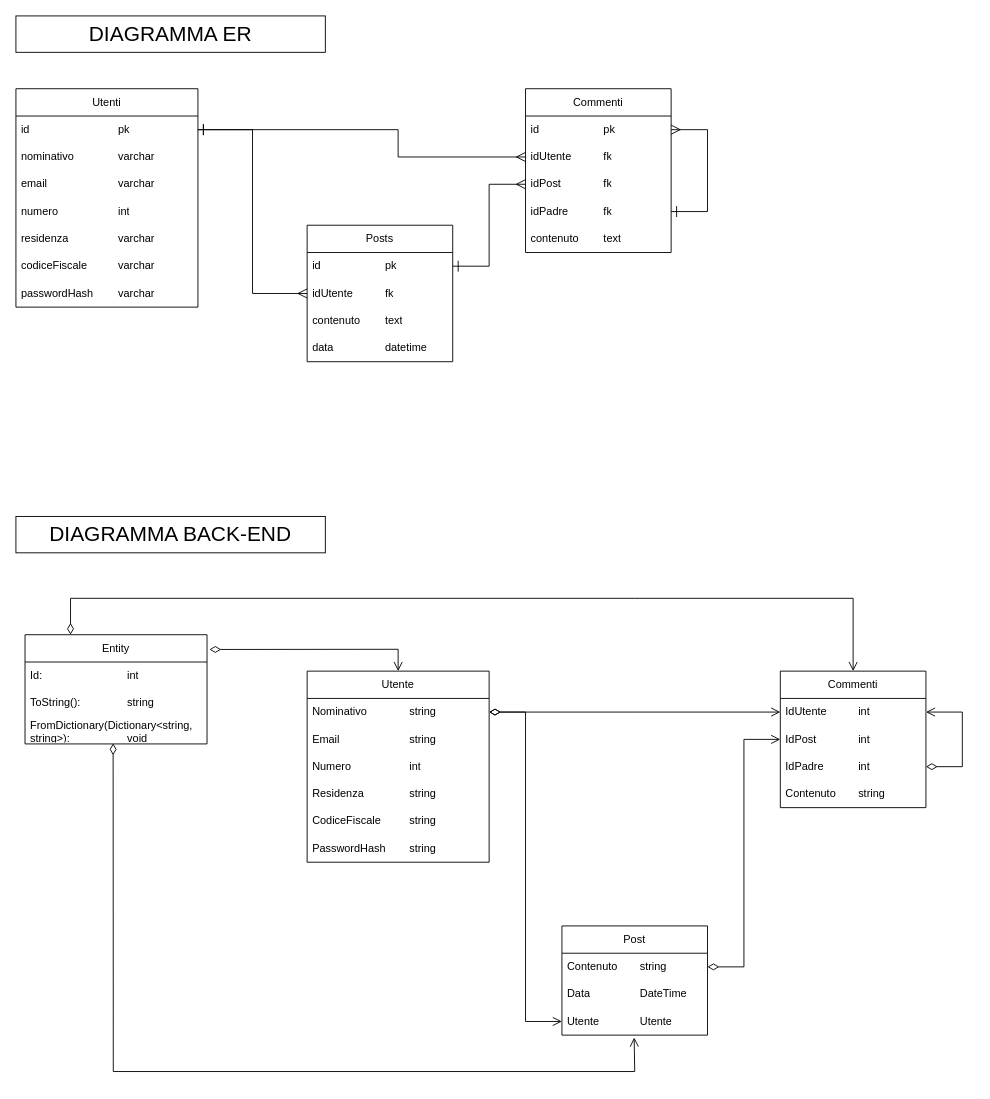
Above: Diagramma Project Work.drawio in Lotryas/SocialGruppo4 (draw.io), before the change. Source tidied: cells renumbered, new cells numbered last; positions are measured from the earlier drawing's top-left corner, leaving out a move shared by most shapes. Both pictures are drawn from the tidied source at 91%, with x=0, y=0 at pixel (15, 15).
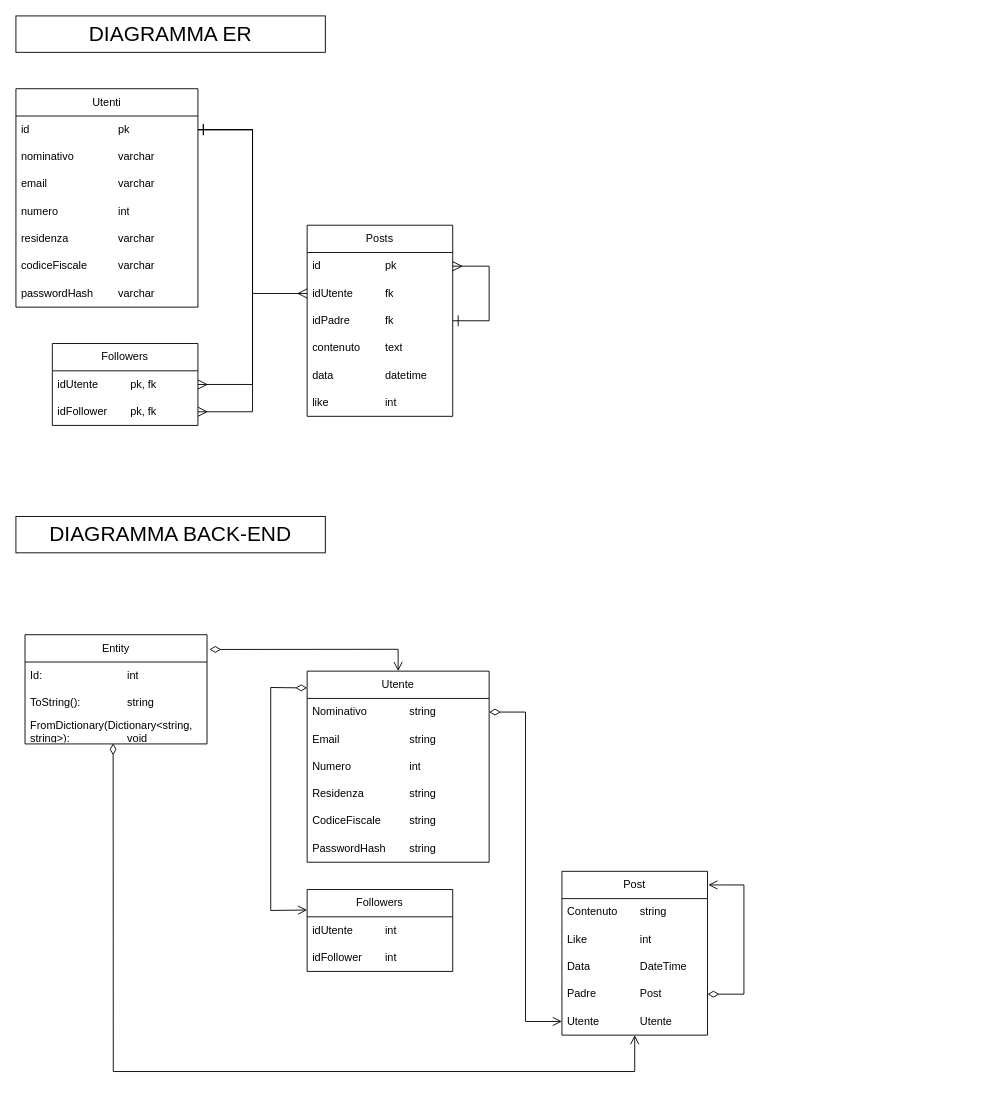
After the change.

Commit message:
Aggiornamento Diagramma

The change refers to these unchanged cells:
```xml
<mxCell id="3" value="id&lt;span style=&quot;white-space: pre;&quot;&gt;&#9;&lt;span style=&quot;white-space: pre;&quot;&gt;&#9;&lt;/span&gt;&lt;span style=&quot;white-space: pre;&quot;&gt;&#9;&lt;span style=&quot;white-space: pre;&quot;&gt;&#9;&lt;/span&gt;&lt;/span&gt;&lt;/span&gt;pk" style="text;strokeColor=none;fillColor=none;align=left;verticalAlign=middle;spacingLeft=4;spacingRight=4;overflow=hidden;points=[[0,0.5],[1,0.5]];portConstraint=eastwest;whiteSpace=wrap;html=1;" parent="2" vertex="1">
  <mxGeometry y="30" width="200" height="30" as="geometry" />
</mxCell>
<mxCell id="11" value="id&lt;span style=&quot;white-space: pre;&quot;&gt;&#9;&lt;span style=&quot;white-space: pre;&quot;&gt;&#9;&lt;/span&gt;&lt;span style=&quot;white-space: pre;&quot;&gt;&#9;&lt;/span&gt;&lt;/span&gt;pk" style="text;strokeColor=none;fillColor=none;align=left;verticalAlign=middle;spacingLeft=4;spacingRight=4;overflow=hidden;points=[[0,0.5],[1,0.5]];portConstraint=eastwest;whiteSpace=wrap;html=1;" parent="10" vertex="1">
  <mxGeometry y="30" width="160" height="30" as="geometry" />
</mxCell>
<mxCell id="24" value="Utente" style="swimlane;fontStyle=0;horizontal=1;startSize=30;whiteSpace=wrap;html=1;" parent="1" vertex="1">
  <mxGeometry x="320" y="720" width="200" height="210" as="geometry" />
</mxCell>
<mxCell id="47" value="Entity" style="swimlane;fontStyle=0;horizontal=1;startSize=30;whiteSpace=wrap;html=1;" parent="1" vertex="1">
  <mxGeometry x="10" y="680" width="200" height="120" as="geometry" />
</mxCell>
<mxCell id="50" value="FromDictionary(Dictionary&amp;lt;string, string&amp;gt;):&lt;span style=&quot;white-space: pre;&quot;&gt;&#9;&lt;/span&gt;&lt;span style=&quot;white-space: pre;&quot;&gt;&#9;&lt;span style=&quot;white-space: pre;&quot;&gt;&#9;&lt;/span&gt;&lt;/span&gt;void" style="text;strokeColor=none;fillColor=none;align=left;verticalAlign=middle;spacingLeft=4;spacingRight=4;overflow=hidden;points=[[0,0.5],[1,0.5]];portConstraint=eastwest;whiteSpace=wrap;html=1;" parent="47" vertex="1">
  <mxGeometry y="90" width="200" height="30" as="geometry" />
</mxCell>
```

Diff of the diagram source:
```diff
@@
     <mxCell id="10" value="Posts" style="swimlane;fontStyle=0;horizontal=1;startSize=30;whiteSpace=wrap;html=1;" parent="1" vertex="1">
-      <mxGeometry x="320" y="230" width="160" height="150" as="geometry" />
+      <mxGeometry x="320" y="230" width="160" height="210" as="geometry" />
     </mxCell>
@@
+    <mxCell id="20" value="idPadre&lt;span style=&quot;white-space: pre;&quot;&gt;&#9;&lt;/span&gt;&lt;span style=&quot;white-space: pre;&quot;&gt;&#9;&lt;/span&gt;fk" style="text;strokeColor=none;fillColor=none;align=left;verticalAlign=middle;spacingLeft=4;spacingRight=4;overflow=hidden;points=[[0,0.5],[1,0.5]];portConstraint=eastwest;whiteSpace=wrap;html=1;" parent="10" vertex="1">
+      <mxGeometry y="90" width="160" height="30" as="geometry" />
+    </mxCell>
     <mxCell id="13" value="contenuto&lt;span style=&quot;white-space: pre;&quot;&gt;&#9;&lt;/span&gt;text" style="text;strokeColor=none;fillColor=none;align=left;verticalAlign=middle;spacingLeft=4;spacingRight=4;overflow=hidden;whiteSpace=wrap;html=1;" parent="10" vertex="1">
-      <mxGeometry y="90" width="160" height="30" as="geometry" />
+      <mxGeometry y="120" width="160" height="30" as="geometry" />
     </mxCell>
     <mxCell id="14" value="data&lt;span style=&quot;white-space: pre;&quot;&gt;&#9;&lt;/span&gt;&lt;span style=&quot;white-space: pre;&quot;&gt;&#9;&lt;/span&gt;&lt;span style=&quot;white-space: pre;&quot;&gt;&#9;&lt;/span&gt;datetime" style="text;strokeColor=none;fillColor=none;align=left;verticalAlign=middle;spacingLeft=4;spacingRight=4;overflow=hidden;whiteSpace=wrap;html=1;" parent="10" vertex="1">
-      <mxGeometry y="120" width="160" height="30" as="geometry" />
+      <mxGeometry y="150" width="160" height="30" as="geometry" />
     </mxCell>
+    <mxCell id="54" value="like&lt;span style=&quot;white-space: pre;&quot;&gt;&#9;&lt;/span&gt;&lt;span style=&quot;white-space: pre;&quot;&gt;&#9;&lt;/span&gt;&lt;span style=&quot;white-space: pre;&quot;&gt;&#9;&lt;/span&gt;int" style="text;strokeColor=none;fillColor=none;align=left;verticalAlign=middle;spacingLeft=4;spacingRight=4;overflow=hidden;whiteSpace=wrap;html=1;" parent="10" vertex="1">
+      <mxGeometry y="180" width="160" height="30" as="geometry" />
+    </mxCell>
+    <mxCell id="55" style="endArrow=ERmany;startArrow=ERone;endFill=0;startFill=0;endSize=8;startSize=10;html=1;rounded=0;exitX=1;exitY=0.5;exitDx=0;exitDy=0;entryX=1;entryY=0.5;entryDx=0;entryDy=0;" parent="10" edge="1" source="20" target="11">
+      <mxGeometry relative="1" as="geometry">
+        <Array as="points">
+          <mxPoint x="200" y="105" />
+          <mxPoint x="200" y="45" />
+        </Array>
+      </mxGeometry>
+    </mxCell>
@@
-    <mxCell id="16" value="Commenti" style="swimlane;fontStyle=0;horizontal=1;startSize=30;whiteSpace=wrap;html=1;" parent="1" vertex="1">
-      <mxGeometry x="560" y="80" width="160" height="180" as="geometry" />
-    </mxCell>
-    <mxCell id="17" value="id&lt;span style=&quot;white-space: pre;&quot;&gt;&#9;&lt;span style=&quot;white-space: pre;&quot;&gt;&#9;&lt;/span&gt;&lt;span style=&quot;white-space: pre;&quot;&gt;&#9;&lt;/span&gt;&lt;/span&gt;pk" style="text;strokeColor=none;fillColor=none;align=left;verticalAlign=middle;spacingLeft=4;spacingRight=4;overflow=hidden;points=[[0,0.5],[1,0.5]];portConstraint=eastwest;whiteSpace=wrap;html=1;" parent="16" vertex="1">
-      <mxGeometry y="30" width="160" height="30" as="geometry" />
-    </mxCell>
-    <mxCell id="18" value="idUtente&lt;span style=&quot;white-space: pre;&quot;&gt;&#9;&lt;/span&gt;&lt;span style=&quot;white-space: pre;&quot;&gt;&#9;&lt;/span&gt;fk" style="text;strokeColor=none;fillColor=none;align=left;verticalAlign=middle;spacingLeft=4;spacingRight=4;overflow=hidden;points=[[0,0.5],[1,0.5]];portConstraint=eastwest;whiteSpace=wrap;html=1;" parent="16" vertex="1">
-      <mxGeometry y="60" width="160" height="30" as="geometry" />
-    </mxCell>
-    <mxCell id="19" value="idPost&lt;span style=&quot;white-space: pre;&quot;&gt;&#9;&lt;/span&gt;&lt;span style=&quot;white-space: pre;&quot;&gt;&#9;&lt;/span&gt;fk" style="text;strokeColor=none;fillColor=none;align=left;verticalAlign=middle;spacingLeft=4;spacingRight=4;overflow=hidden;points=[[0,0.5],[1,0.5]];portConstraint=eastwest;whiteSpace=wrap;html=1;" parent="16" vertex="1">
-      <mxGeometry y="90" width="160" height="30" as="geometry" />
-    </mxCell>
-    <mxCell id="20" value="idPadre&lt;span style=&quot;white-space: pre;&quot;&gt;&#9;&lt;/span&gt;&lt;span style=&quot;white-space: pre;&quot;&gt;&#9;&lt;/span&gt;fk" style="text;strokeColor=none;fillColor=none;align=left;verticalAlign=middle;spacingLeft=4;spacingRight=4;overflow=hidden;points=[[0,0.5],[1,0.5]];portConstraint=eastwest;whiteSpace=wrap;html=1;" parent="16" vertex="1">
-      <mxGeometry y="120" width="160" height="30" as="geometry" />
-    </mxCell>
-    <mxCell id="21" value="contenuto&lt;span style=&quot;white-space: pre;&quot;&gt;&#9;&lt;/span&gt;text" style="text;strokeColor=none;fillColor=none;align=left;verticalAlign=middle;spacingLeft=4;spacingRight=4;overflow=hidden;whiteSpace=wrap;html=1;" parent="16" vertex="1">
-      <mxGeometry y="150" width="160" height="30" as="geometry" />
-    </mxCell>
-    <mxCell id="22" style="endArrow=ERmany;startArrow=ERone;endFill=0;startFill=0;endSize=8;startSize=10;html=1;rounded=0;exitX=1;exitY=0.5;exitDx=0;exitDy=0;entryX=1;entryY=0.5;entryDx=0;entryDy=0;" parent="16" edge="1" source="20" target="17">
-      <mxGeometry relative="1" as="geometry">
-        <Array as="points">
-          <mxPoint x="200" y="135" />
-          <mxPoint x="200" y="45" />
-        </Array>
-      </mxGeometry>
-    </mxCell>
-    <mxCell id="23" style="endArrow=ERmany;startArrow=ERone;endFill=0;startFill=0;endSize=8;startSize=10;html=1;rounded=0;exitX=1;exitY=0.5;exitDx=0;exitDy=0;entryX=0;entryY=0.5;entryDx=0;entryDy=0;" parent="1" edge="1" source="11" target="19">
-      <mxGeometry relative="1" as="geometry">
-        <Array as="points">
-          <mxPoint x="520" y="275" />
-          <mxPoint x="520" y="185" />
-        </Array>
-      </mxGeometry>
-    </mxCell>
@@
     <mxCell id="33" value="Post" style="swimlane;fontStyle=0;horizontal=1;startSize=30;whiteSpace=wrap;html=1;" parent="1" vertex="1">
-      <mxGeometry x="600" y="1000" width="160" height="120" as="geometry" />
+      <mxGeometry x="600" y="940" width="160" height="180" as="geometry" />
     </mxCell>
@@
+    <mxCell id="56" value="Like&lt;span style=&quot;white-space: pre;&quot;&gt;&#9;&lt;/span&gt;&lt;span style=&quot;white-space: pre;&quot;&gt;&#9;&lt;/span&gt;&lt;span style=&quot;white-space: pre;&quot;&gt;&#9;&lt;/span&gt;int" style="text;strokeColor=none;fillColor=none;align=left;verticalAlign=middle;spacingLeft=4;spacingRight=4;overflow=hidden;whiteSpace=wrap;html=1;" parent="33" vertex="1">
+      <mxGeometry y="60" width="160" height="30" as="geometry" />
+    </mxCell>
     <mxCell id="35" value="Data&lt;span style=&quot;white-space: pre;&quot;&gt;&#9;&lt;/span&gt;&lt;span style=&quot;white-space: pre;&quot;&gt;&#9;&lt;/span&gt;DateTime" style="text;strokeColor=none;fillColor=none;align=left;verticalAlign=middle;spacingLeft=4;spacingRight=4;overflow=hidden;whiteSpace=wrap;html=1;" parent="33" vertex="1">
-      <mxGeometry y="60" width="160" height="30" as="geometry" />
+      <mxGeometry y="90" width="160" height="30" as="geometry" />
     </mxCell>
+    <mxCell id="57" value="Padre&lt;span style=&quot;white-space: pre;&quot;&gt;&#9;&lt;span style=&quot;white-space: pre;&quot;&gt;&#9;&lt;/span&gt;P&lt;/span&gt;ost" style="text;strokeColor=none;fillColor=none;align=left;verticalAlign=middle;spacingLeft=4;spacingRight=4;overflow=hidden;points=[[0,0.5],[1,0.5]];portConstraint=eastwest;whiteSpace=wrap;html=1;" parent="33" vertex="1">
+      <mxGeometry y="120" width="160" height="30" as="geometry" />
+    </mxCell>
     <mxCell id="36" value="Utente&lt;span style=&quot;white-space: pre;&quot;&gt;&#9;&lt;/span&gt;&lt;span style=&quot;white-space: pre;&quot;&gt;&#9;&lt;/span&gt;Utente" style="text;strokeColor=none;fillColor=none;align=left;verticalAlign=middle;spacingLeft=4;spacingRight=4;overflow=hidden;points=[[0,0.5],[1,0.5]];portConstraint=eastwest;whiteSpace=wrap;html=1;" parent="33" vertex="1">
-      <mxGeometry y="90" width="160" height="30" as="geometry" />
+      <mxGeometry y="150" width="160" height="30" as="geometry" />
     </mxCell>
-    <mxCell id="37" value="Commenti" style="swimlane;fontStyle=0;horizontal=1;startSize=30;whiteSpace=wrap;html=1;" parent="1" vertex="1">
-      <mxGeometry x="840" y="720" width="160" height="150" as="geometry" />
-    </mxCell>
-    <mxCell id="38" value="IdUtente&lt;span style=&quot;white-space: pre;&quot;&gt;&#9;&lt;/span&gt;&lt;span style=&quot;white-space: pre;&quot;&gt;&#9;&lt;/span&gt;int" style="text;strokeColor=none;fillColor=none;align=left;verticalAlign=middle;spacingLeft=4;spacingRight=4;overflow=hidden;points=[[0,0.5],[1,0.5]];portConstraint=eastwest;whiteSpace=wrap;html=1;" parent="37" vertex="1">
-      <mxGeometry y="30" width="160" height="30" as="geometry" />
-    </mxCell>
-    <mxCell id="39" value="IdPost&lt;span style=&quot;white-space: pre;&quot;&gt;&#9;&lt;/span&gt;&lt;span style=&quot;white-space: pre;&quot;&gt;&#9;&lt;/span&gt;int" style="text;strokeColor=none;fillColor=none;align=left;verticalAlign=middle;spacingLeft=4;spacingRight=4;overflow=hidden;points=[[0,0.5],[1,0.5]];portConstraint=eastwest;whiteSpace=wrap;html=1;" parent="37" vertex="1">
-      <mxGeometry y="60" width="160" height="30" as="geometry" />
-    </mxCell>
-    <mxCell id="40" value="IdPadre&lt;span style=&quot;white-space: pre;&quot;&gt;&#9;&lt;/span&gt;&lt;span style=&quot;white-space: pre;&quot;&gt;&#9;&lt;/span&gt;int" style="text;strokeColor=none;fillColor=none;align=left;verticalAlign=middle;spacingLeft=4;spacingRight=4;overflow=hidden;points=[[0,0.5],[1,0.5]];portConstraint=eastwest;whiteSpace=wrap;html=1;" parent="37" vertex="1">
-      <mxGeometry y="90" width="160" height="30" as="geometry" />
-    </mxCell>
-    <mxCell id="41" value="Contenuto&lt;span style=&quot;white-space: pre;&quot;&gt;&#9;&lt;/span&gt;string" style="text;strokeColor=none;fillColor=none;align=left;verticalAlign=middle;spacingLeft=4;spacingRight=4;overflow=hidden;whiteSpace=wrap;html=1;" parent="37" vertex="1">
-      <mxGeometry y="120" width="160" height="30" as="geometry" />
-    </mxCell>
-    <mxCell id="42" style="endArrow=open;startArrow=diamondThin;endFill=0;startFill=0;endSize=8;startSize=10;html=1;rounded=0;exitX=1;exitY=0.5;exitDx=0;exitDy=0;entryX=1;entryY=0.5;entryDx=0;entryDy=0;" parent="37" edge="1" source="40">
-      <mxGeometry relative="1" as="geometry">
-        <mxPoint x="160" y="45" as="targetPoint" />
-        <Array as="points">
-          <mxPoint x="200" y="105" />
-          <mxPoint x="200" y="45" />
-        </Array>
-      </mxGeometry>
-    </mxCell>
+    <mxCell id="58" style="endArrow=open;startArrow=diamondThin;endFill=0;startFill=0;endSize=8;startSize=10;html=1;rounded=0;exitX=1;exitY=0.5;exitDx=0;exitDy=0;entryX=1.005;entryY=0.083;entryDx=0;entryDy=0;entryPerimeter=0;" parent="33" edge="1" source="57" target="33">
+      <mxGeometry relative="1" as="geometry">
+        <Array as="points">
+          <mxPoint x="200" y="135" />
+          <mxPoint x="200" y="15" />
+        </Array>
+      </mxGeometry>
+    </mxCell>
@@
-    <mxCell id="44" style="endArrow=open;startArrow=diamondThin;endFill=0;startFill=0;endSize=8;startSize=10;html=1;rounded=0;exitX=1;exitY=0.5;exitDx=0;exitDy=0;entryX=0;entryY=0.5;entryDx=0;entryDy=0;" parent="1" edge="1" target="39">
-      <mxGeometry relative="1" as="geometry">
-        <mxPoint x="760" y="1045" as="sourcePoint" />
-        <Array as="points">
-          <mxPoint x="800" y="1045" />
-          <mxPoint x="800" y="795" />
-        </Array>
-      </mxGeometry>
-    </mxCell>
-    <mxCell id="45" style="endArrow=open;startArrow=diamondThin;endFill=0;startFill=0;endSize=8;startSize=10;html=1;rounded=0;exitX=1;exitY=0.5;exitDx=0;exitDy=0;entryX=0;entryY=0.5;entryDx=0;entryDy=0;" parent="1" edge="1" target="38">
-      <mxGeometry relative="1" as="geometry">
-        <mxPoint x="520" y="765" as="sourcePoint" />
-        <Array as="points">
-          <mxPoint x="680" y="765" />
-        </Array>
-      </mxGeometry>
-    </mxCell>
-    <mxCell id="46" style="endArrow=ERmany;startArrow=ERone;endFill=0;startFill=0;endSize=8;startSize=10;html=1;rounded=0;exitX=1;exitY=0.5;exitDx=0;exitDy=0;entryX=0;entryY=0.5;entryDx=0;entryDy=0;" parent="1" edge="1" source="3" target="18">
-      <mxGeometry relative="1" as="geometry">
-        <Array as="points">
-          <mxPoint x="420" y="125" />
-          <mxPoint x="420" y="155" />
-        </Array>
-      </mxGeometry>
-    </mxCell>
@@
-    <mxCell id="52" style="endArrow=open;startArrow=diamondThin;endFill=0;startFill=0;endSize=8;startSize=10;html=1;rounded=0;entryX=0.496;entryY=1.086;entryDx=0;entryDy=0;entryPerimeter=0;exitX=0.484;exitY=0.981;exitDx=0;exitDy=0;exitPerimeter=0;" parent="1" edge="1" source="50" target="36">
+    <mxCell id="52" style="endArrow=open;startArrow=diamondThin;endFill=0;startFill=0;endSize=8;startSize=10;html=1;rounded=0;exitX=0.484;exitY=0.981;exitDx=0;exitDy=0;exitPerimeter=0;" parent="1" edge="1" source="50">
       <mxGeometry relative="1" as="geometry">
+        <mxPoint x="680" y="1120" as="targetPoint" />
         <Array as="points">
           <mxPoint x="107" y="1160" />
           <mxPoint x="680" y="1160" />
         </Array>
       </mxGeometry>
     </mxCell>
-    <mxCell id="53" style="endArrow=open;startArrow=diamondThin;endFill=0;startFill=0;endSize=8;startSize=10;html=1;rounded=0;entryX=0.5;entryY=0;entryDx=0;entryDy=0;exitX=0.25;exitY=0;exitDx=0;exitDy=0;" parent="1" edge="1" source="47" target="37">
-      <mxGeometry relative="1" as="geometry">
-        <Array as="points">
-          <mxPoint x="60" y="640" />
-          <mxPoint x="680" y="640" />
-          <mxPoint x="920" y="640" />
-        </Array>
-      </mxGeometry>
-    </mxCell>
+    <mxCell id="59" value="Followers" style="swimlane;fontStyle=0;horizontal=1;startSize=30;whiteSpace=wrap;html=1;" parent="1" vertex="1">
+      <mxGeometry x="40" y="360" width="160" height="90" as="geometry" />
+    </mxCell>
+    <mxCell id="60" value="idUtente&lt;span style=&quot;white-space: pre;&quot;&gt;&#9;&lt;/span&gt;&lt;span style=&quot;white-space: pre;&quot;&gt;&#9;&lt;/span&gt;pk, fk" style="text;strokeColor=none;fillColor=none;align=left;verticalAlign=middle;spacingLeft=4;spacingRight=4;overflow=hidden;points=[[0,0.5],[1,0.5]];portConstraint=eastwest;whiteSpace=wrap;html=1;" parent="59" vertex="1">
+      <mxGeometry y="30" width="160" height="30" as="geometry" />
+    </mxCell>
+    <mxCell id="61" value="idFollower&lt;span style=&quot;white-space: pre;&quot;&gt;&#9;&lt;/span&gt;pk, fk" style="text;strokeColor=none;fillColor=none;align=left;verticalAlign=middle;spacingLeft=4;spacingRight=4;overflow=hidden;points=[[0,0.5],[1,0.5]];portConstraint=eastwest;whiteSpace=wrap;html=1;" parent="59" vertex="1">
+      <mxGeometry y="60" width="160" height="30" as="geometry" />
+    </mxCell>
+    <mxCell id="62" style="endArrow=ERmany;startArrow=ERone;endFill=0;startFill=0;endSize=8;startSize=10;html=1;rounded=0;exitX=1;exitY=0.5;exitDx=0;exitDy=0;entryX=1;entryY=0.5;entryDx=0;entryDy=0;" parent="1" edge="1" source="3" target="60">
+      <mxGeometry relative="1" as="geometry">
+        <Array as="points">
+          <mxPoint x="260" y="125" />
+          <mxPoint x="260" y="405" />
+        </Array>
+      </mxGeometry>
+    </mxCell>
+    <mxCell id="63" style="endArrow=ERmany;startArrow=ERone;endFill=0;startFill=0;endSize=8;startSize=10;html=1;rounded=0;exitX=1;exitY=0.5;exitDx=0;exitDy=0;entryX=1;entryY=0.5;entryDx=0;entryDy=0;" parent="1" edge="1" source="3" target="61">
+      <mxGeometry relative="1" as="geometry">
+        <Array as="points">
+          <mxPoint x="260" y="125" />
+          <mxPoint x="260" y="435" />
+        </Array>
+      </mxGeometry>
+    </mxCell>
+    <mxCell id="64" value="Followers" style="swimlane;fontStyle=0;horizontal=1;startSize=30;whiteSpace=wrap;html=1;" parent="1" vertex="1">
+      <mxGeometry x="320" y="960" width="160" height="90" as="geometry" />
+    </mxCell>
+    <mxCell id="65" value="idUtente&lt;span style=&quot;white-space: pre;&quot;&gt;&#9;&lt;/span&gt;&lt;span style=&quot;white-space: pre;&quot;&gt;&#9;&lt;/span&gt;int" style="text;strokeColor=none;fillColor=none;align=left;verticalAlign=middle;spacingLeft=4;spacingRight=4;overflow=hidden;whiteSpace=wrap;html=1;" parent="64" vertex="1">
+      <mxGeometry y="30" width="160" height="30" as="geometry" />
+    </mxCell>
+    <mxCell id="66" value="idFollower&lt;span style=&quot;white-space: pre;&quot;&gt;&#9;&lt;/span&gt;int" style="text;strokeColor=none;fillColor=none;align=left;verticalAlign=middle;spacingLeft=4;spacingRight=4;overflow=hidden;whiteSpace=wrap;html=1;" parent="64" vertex="1">
+      <mxGeometry y="60" width="160" height="30" as="geometry" />
+    </mxCell>
+    <mxCell id="67" style="endArrow=open;startArrow=diamondThin;endFill=0;startFill=0;endSize=8;startSize=10;html=1;rounded=0;entryX=0;entryY=0.25;entryDx=0;entryDy=0;exitX=0;exitY=0.088;exitDx=0;exitDy=0;exitPerimeter=0;" parent="1" edge="1" source="24" target="64">
+      <mxGeometry relative="1" as="geometry">
+        <Array as="points">
+          <mxPoint x="280" y="738" />
+          <mxPoint x="280" y="983" />
+        </Array>
+      </mxGeometry>
+    </mxCell>
```
